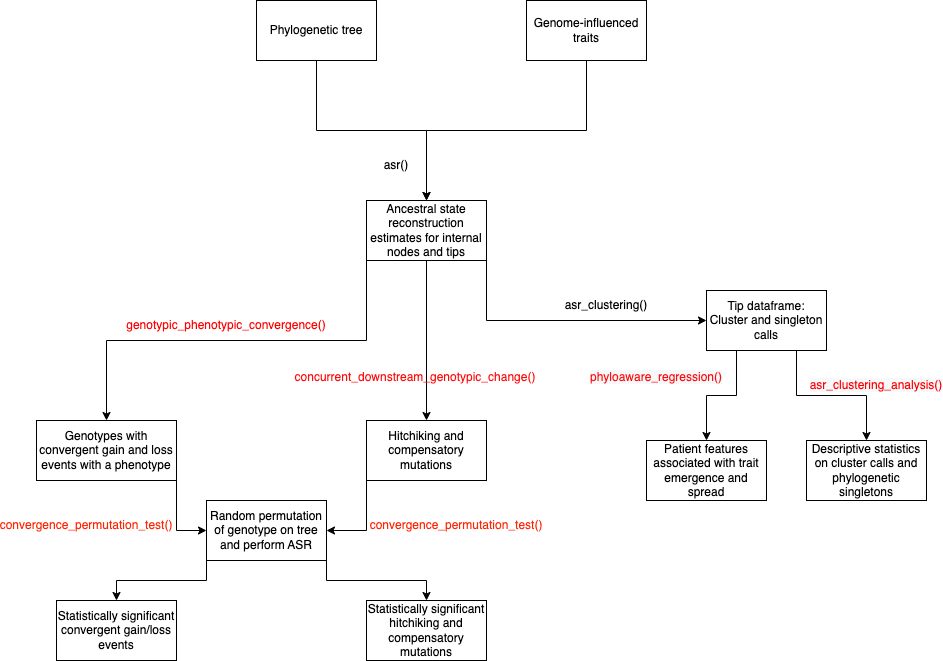
This is Phylosuite.drawio.png from kylegontjes/phyloAMR, a draw.io export, as it was before one commit. Source tidied: cells renumbered, new cells last; positions are measured from the earlier drawing's top-left corner, leaving out a move shared by most shapes.
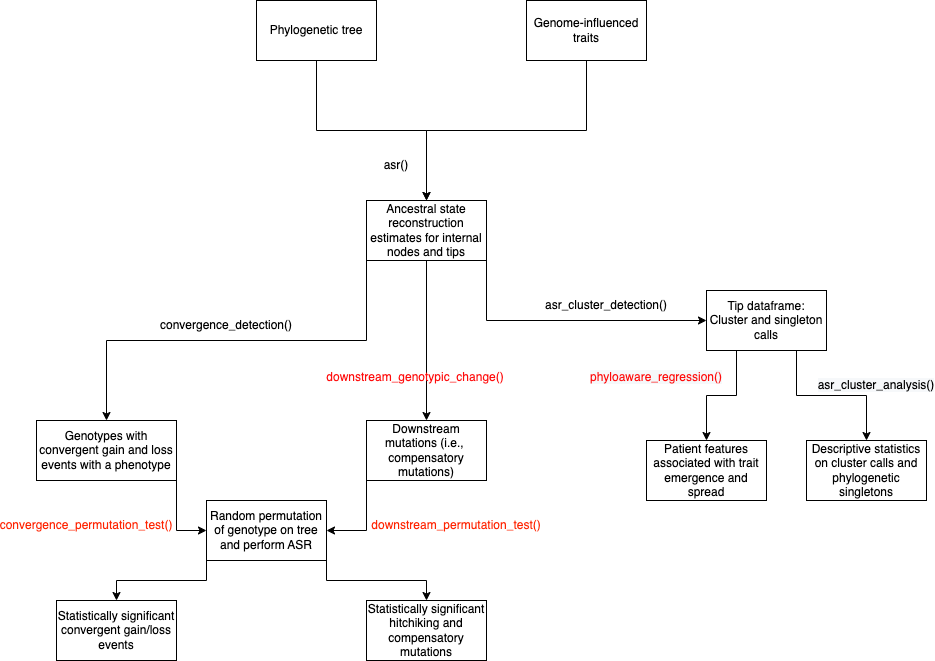
The same diagram one commit later.

Diff of the diagram source:
```diff
@@ -26,7 +26,7 @@
     <mxCell id="9" value="Descriptive statistics on cluster calls and phylogenetic singletons" style="rounded=0;whiteSpace=wrap;html=1;" parent="1" vertex="1">
       <mxGeometry x="770" y="440" width="120" height="60" as="geometry" />
     </mxCell>
-    <mxCell id="10" value="asr_clustering()" style="text;strokeColor=none;align=center;fillColor=none;html=1;verticalAlign=middle;whiteSpace=wrap;rounded=0;" parent="1" vertex="1">
+    <mxCell id="10" value="asr_cluster_detection()" style="text;strokeColor=none;align=center;fillColor=none;html=1;verticalAlign=middle;whiteSpace=wrap;rounded=0;" parent="1" vertex="1">
       <mxGeometry x="540" y="290" width="60" height="30" as="geometry" />
     </mxCell>
     <mxCell id="11" style="edgeStyle=orthogonalEdgeStyle;rounded=0;jettySize=auto;html=1;exitX=1;exitY=1;exitDx=0;exitDy=0;entryX=0;entryY=0.5;entryDx=0;entryDy=0;" parent="1" edge="1" source="12" target="27">
@@ -39,7 +39,7 @@
     <mxCell id="12" value="Genotypes with convergent gain and loss events with a phenotype" style="rounded=0;whiteSpace=wrap;html=1;textDirection=ltr;horizontal=1;verticalAlign=middle;" parent="1" vertex="1">
       <mxGeometry y="420" width="140" height="60" as="geometry" />
     </mxCell>
-    <mxCell id="13" value="&lt;span style=&quot;text-align: start; background-color: rgb(255, 255, 255);&quot;&gt;&lt;font style=&quot;&quot; face=&quot;Helvetica&quot;&gt;genotypic_phenotypic_convergence()&lt;/font&gt;&lt;/span&gt;" style="text;strokeColor=none;align=center;fillColor=none;html=1;verticalAlign=middle;whiteSpace=wrap;rounded=0;fontColor=#FF0000;" parent="1" vertex="1">
+    <mxCell id="13" value="&lt;span style=&quot;text-align: start; background-color: rgb(255, 255, 255);&quot;&gt;&lt;font style=&quot;color: rgb(0, 0, 0);&quot; face=&quot;Helvetica&quot;&gt;convergence_detection()&lt;/font&gt;&lt;/span&gt;" style="text;strokeColor=none;align=center;fillColor=none;html=1;verticalAlign=middle;whiteSpace=wrap;rounded=0;fontColor=#FF0000;" parent="1" vertex="1">
       <mxGeometry x="160" y="310" width="60" height="30" as="geometry" />
     </mxCell>
     <mxCell id="14" value="Patient features associated with trait emergence and spread" style="rounded=0;whiteSpace=wrap;html=1;" parent="1" vertex="1">
@@ -51,10 +51,10 @@
     <mxCell id="16" style="edgeStyle=orthogonalEdgeStyle;rounded=0;jettySize=auto;html=1;exitX=0;exitY=1;exitDx=0;exitDy=0;entryX=1;entryY=0.5;entryDx=0;entryDy=0;" parent="1" edge="1" source="17" target="27">
       <mxGeometry relative="1" as="geometry" />
     </mxCell>
-    <mxCell id="17" value="Hitchiking and compensatory mutations" style="whiteSpace=wrap;html=1;" parent="1" vertex="1">
+    <mxCell id="17" value="Downstream mutations (i.e.,&amp;nbsp; compensatory mutations)" style="whiteSpace=wrap;html=1;" parent="1" vertex="1">
       <mxGeometry x="330" y="420" width="120" height="60" as="geometry" />
     </mxCell>
-    <mxCell id="18" value="&lt;div style=&quot;text-align: start;&quot;&gt;&lt;span style=&quot;background-color: transparent;&quot;&gt;concurrent_downstream_genotypic_change()&lt;/span&gt;&lt;/div&gt;" style="text;strokeColor=none;align=center;fillColor=none;html=1;verticalAlign=middle;whiteSpace=wrap;rounded=0;fontColor=#FF0C0C;" parent="1" vertex="1">
+    <mxCell id="18" value="&lt;div style=&quot;text-align: start;&quot;&gt;&lt;span style=&quot;background-color: transparent;&quot;&gt;downstream_genotypic_change()&lt;/span&gt;&lt;/div&gt;" style="text;strokeColor=none;align=center;fillColor=none;html=1;verticalAlign=middle;whiteSpace=wrap;rounded=0;fontColor=#FF0C0C;" parent="1" vertex="1">
       <mxGeometry x="349" y="362" width="60" height="30" as="geometry" />
     </mxCell>
     <mxCell id="19" style="edgeStyle=orthogonalEdgeStyle;rounded=0;jettySize=auto;html=1;exitX=0.5;exitY=1;exitDx=0;exitDy=0;entryX=0.5;entryY=0;entryDx=0;entryDy=0;" parent="1" edge="1" source="20" target="7">
@@ -72,7 +72,7 @@
     <mxCell id="23" value="&lt;span style=&quot;color: rgb(255, 36, 2);&quot;&gt;convergence_permutation_test()&lt;/span&gt;" style="text;strokeColor=none;align=center;fillColor=none;html=1;verticalAlign=middle;whiteSpace=wrap;rounded=0;" parent="1" vertex="1">
       <mxGeometry x="20" y="510" width="60" height="30" as="geometry" />
     </mxCell>
-    <mxCell id="24" value="&lt;span style=&quot;color: rgb(255, 36, 2);&quot;&gt;convergence_permutation_test()&lt;/span&gt;" style="text;strokeColor=none;align=center;fillColor=none;html=1;verticalAlign=middle;whiteSpace=wrap;rounded=0;" parent="1" vertex="1">
+    <mxCell id="24" value="&lt;span style=&quot;color: rgb(255, 36, 2);&quot;&gt;downstream_permutation_test()&lt;/span&gt;" style="text;strokeColor=none;align=center;fillColor=none;html=1;verticalAlign=middle;whiteSpace=wrap;rounded=0;" parent="1" vertex="1">
       <mxGeometry x="390" y="510" width="60" height="30" as="geometry" />
     </mxCell>
     <mxCell id="25" style="edgeStyle=orthogonalEdgeStyle;rounded=0;jettySize=auto;html=1;exitX=0;exitY=1;exitDx=0;exitDy=0;" parent="1" edge="1" source="27" target="21">
@@ -93,7 +93,7 @@
     <mxCell id="30" value="Tip dataframe: Cluster and singleton calls" style="rounded=0;whiteSpace=wrap;html=1;" parent="1" vertex="1">
       <mxGeometry x="670" y="290" width="120" height="60" as="geometry" />
     </mxCell>
-    <mxCell id="31" value="&lt;span style=&quot;text-align: start; background-color: rgb(246, 248, 250);&quot;&gt;&lt;font style=&quot;color: rgb(255, 0, 0);&quot; face=&quot;Helvetica&quot;&gt;asr_clustering_analysis()&lt;/font&gt;&lt;/span&gt;" style="text;strokeColor=none;align=center;fillColor=none;html=1;verticalAlign=middle;whiteSpace=wrap;rounded=0;fontColor=#FF0C0C;" parent="1" vertex="1">
+    <mxCell id="31" value="&lt;span style=&quot;text-align: start; background-color: rgb(246, 248, 250);&quot;&gt;&lt;font style=&quot;color: rgb(0, 0, 0);&quot; face=&quot;Helvetica&quot;&gt;asr_cluster_analysis()&lt;/font&gt;&lt;/span&gt;" style="text;strokeColor=none;align=center;fillColor=none;html=1;verticalAlign=middle;whiteSpace=wrap;rounded=0;fontColor=#FF0C0C;" parent="1" vertex="1">
       <mxGeometry x="810" y="370" width="60" height="30" as="geometry" />
     </mxCell>
   </root>
```
